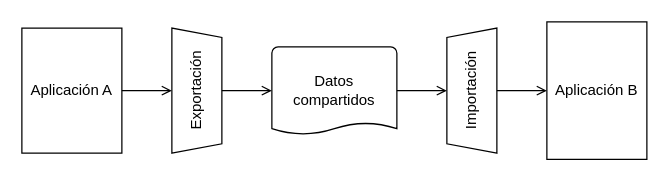
Before: diagrams/File_Transfer.drawio in ucudal/ANDIS_Conceptos, a draw.io diagram. Source tidied: cells renumbered, new cells numbered last; positions are measured from the earlier drawing's top-left corner, leaving out a move shared by most shapes. Both pictures are drawn from the tidied source at 125%, with x=0, y=0 at pixel (21, 21).
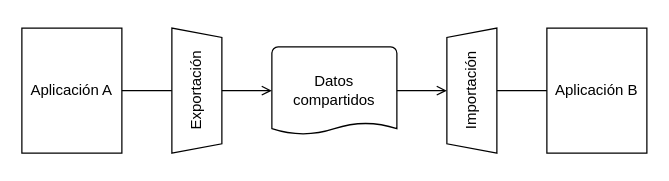
After the change.

Diff of the diagram source:
```diff
@@
 <mxGraphModel>
   <root>
     <mxCell id="0" />
     <mxCell id="1" parent="0" />
-    <mxCell id="2" style="edgeStyle=none;html=1;endArrow=open;endFill=0;strokeColor=light-dark(#000000,#006EAF);fontColor=light-dark(#000000,#006EAF);" parent="1" edge="1" source="3" target="8">
+    <mxCell id="2" style="edgeStyle=none;html=1;endArrow=none;endFill=0;strokeColor=light-dark(#000000,#006EAF);fontColor=light-dark(#000000,#006EAF);" parent="1" edge="1" source="3" target="8">
       <mxGeometry relative="1" as="geometry" />
     </mxCell>
     <mxCell id="3" value="Aplicación A" style="rounded=0;whiteSpace=wrap;html=1;strokeColor=light-dark(#000000,#006EAF);fontColor=light-dark(#000000,#006EAF);fillColor=none;" parent="1" vertex="1">
       <mxGeometry y="5" width="80" height="100" as="geometry" />
     </mxCell>
     <mxCell id="4" value="Aplicación B" style="rounded=0;whiteSpace=wrap;html=1;strokeColor=light-dark(#000000,#006EAF);fontColor=light-dark(#000000,#006EAF);fillColor=none;" parent="1" vertex="1">
-      <mxGeometry x="420" width="80" height="110" as="geometry" />
+      <mxGeometry x="420" y="5" width="80" height="100" as="geometry" />
     </mxCell>
     <mxCell id="5" style="edgeStyle=none;html=1;endArrow=open;endFill=0;strokeColor=light-dark(#000000,#006EAF);fontColor=light-dark(#000000,#006EAF);" parent="1" edge="1" source="6" target="10">
       <mxGeometry relative="1" as="geometry" />
     </mxCell>
     <mxCell id="6" value="Datos compartidos" style="strokeWidth=1;html=1;shape=mxgraph.flowchart.document2;whiteSpace=wrap;size=0.13076923076923078;strokeColor=light-dark(#000000,#006EAF);fontColor=light-dark(#000000,#006EAF);fillColor=none;" parent="1" vertex="1">
       <mxGeometry x="200" y="20" width="100" height="70" as="geometry" />
     </mxCell>
     <mxCell id="7" style="edgeStyle=none;html=1;endArrow=open;endFill=0;strokeColor=light-dark(#000000,#006EAF);fontColor=light-dark(#000000,#006EAF);" parent="1" edge="1" source="8" target="6">
       <mxGeometry relative="1" as="geometry" />
     </mxCell>
     <mxCell id="8" value="Exportación" style="verticalLabelPosition=middle;verticalAlign=middle;html=1;shape=trapezoid;perimeter=trapezoidPerimeter;whiteSpace=wrap;size=0.07500000000000001;arcSize=10;flipV=1;labelPosition=center;align=center;rotation=-90;strokeColor=light-dark(#000000,#006EAF);fontColor=light-dark(#000000,#006EAF);fillColor=none;" parent="1" vertex="1">
       <mxGeometry x="90" y="35" width="100" height="40" as="geometry" />
     </mxCell>
-    <mxCell id="9" style="edgeStyle=none;html=1;endArrow=open;endFill=0;strokeColor=light-dark(#000000,#006EAF);fontColor=light-dark(#000000,#006EAF);" parent="1" edge="1" source="10" target="4">
+    <mxCell id="9" style="edgeStyle=none;html=1;endArrow=none;endFill=0;strokeColor=light-dark(#000000,#006EAF);fontColor=light-dark(#000000,#006EAF);" parent="1" edge="1" source="10" target="4">
       <mxGeometry relative="1" as="geometry" />
     </mxCell>
     <mxCell id="10" value="Importación" style="verticalLabelPosition=middle;verticalAlign=middle;html=1;shape=trapezoid;perimeter=trapezoidPerimeter;whiteSpace=wrap;size=0.07500000000000001;arcSize=10;flipV=0;labelPosition=center;align=center;rotation=-90;strokeColor=light-dark(#000000,#006EAF);fontColor=light-dark(#000000,#006EAF);fillColor=none;" parent="1" vertex="1">
       <mxGeometry x="310" y="35" width="100" height="40" as="geometry" />
     </mxCell>
   </root>
 </mxGraphModel>
```
